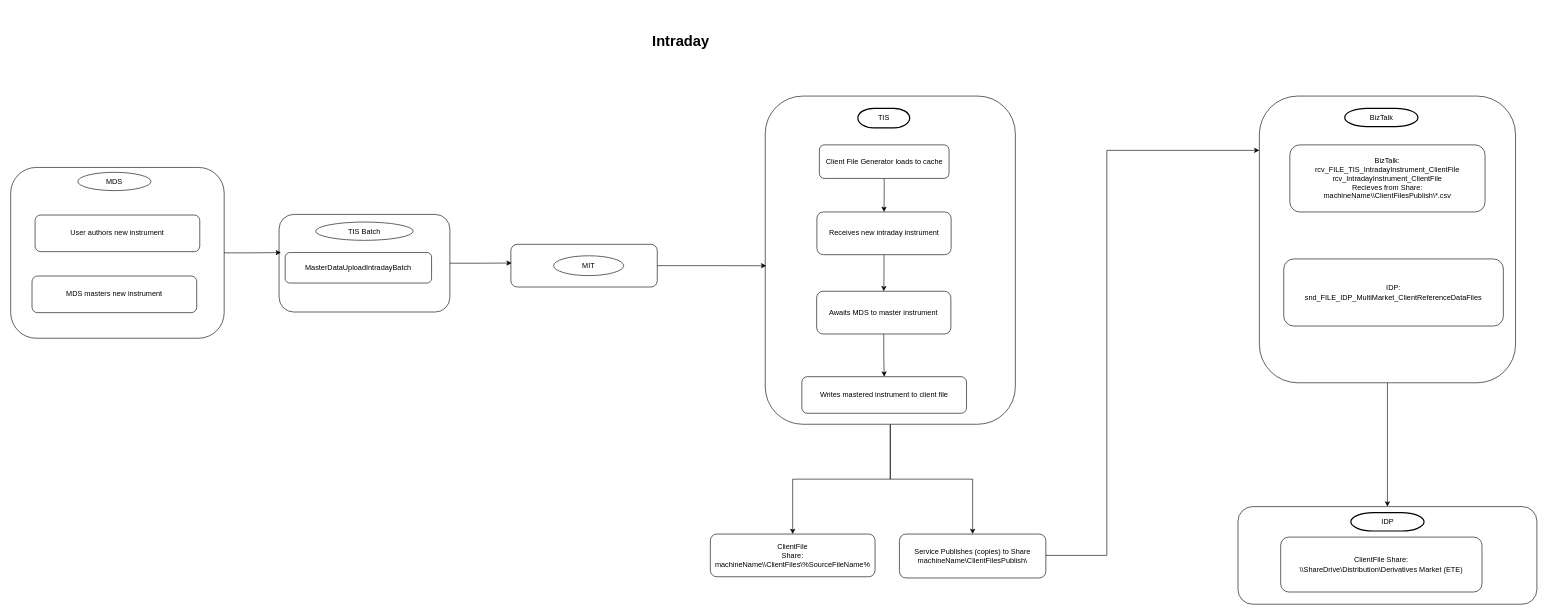
Above: page "Intraday MDS" (5 of 5) of ClientFiles.drawio in ByMadiba/Sandbox (draw.io), before the change. Source tidied: cells renumbered, new cells numbered last; positions are measured from the earlier drawing's top-left corner, leaving out a move shared by most shapes. Both pictures are drawn from the tidied source at 61%, with x=0, y=0 at pixel (10, 29).
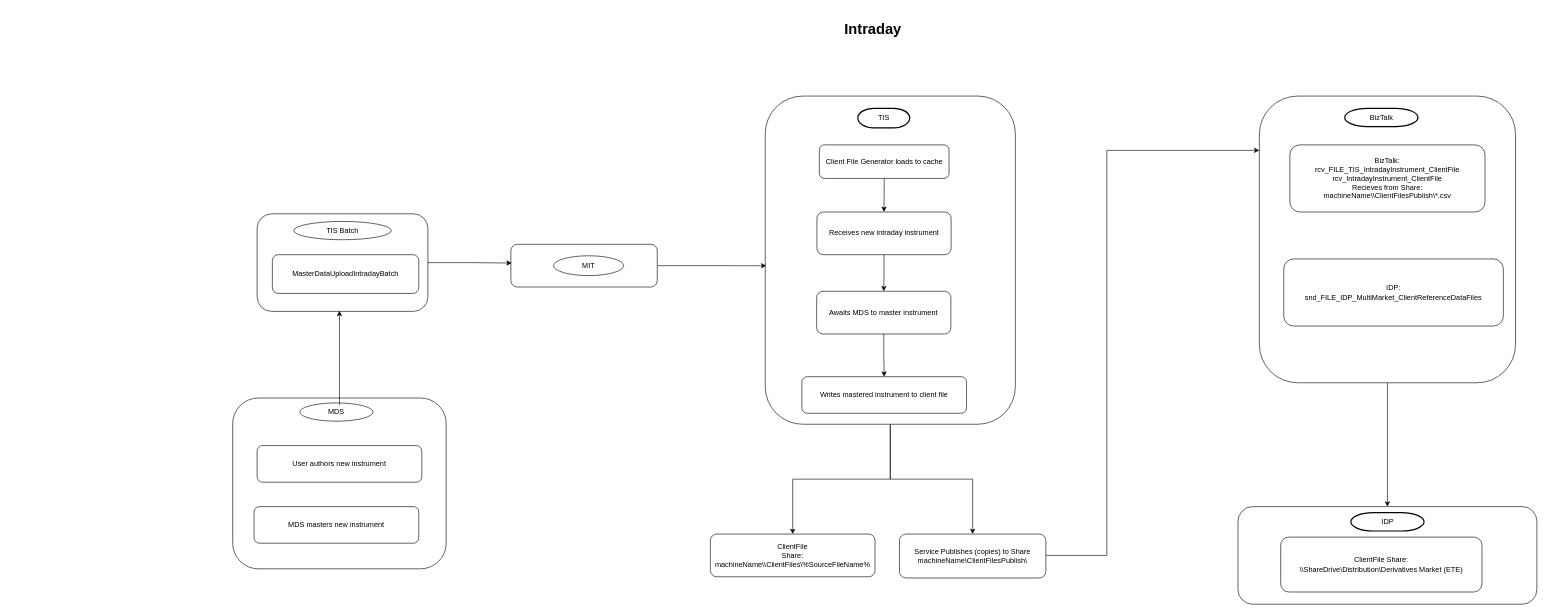
The same diagram, later.

Diff of the diagram source:
```diff
@@
     <mxCell id="24" value="&lt;h1&gt;Intraday&lt;/h1&gt;" style="text;html=1;spacing=5;spacingTop=-20;whiteSpace=wrap;overflow=hidden;rounded=0;" parent="1" vertex="1">
-      <mxGeometry x="1047" width="110" height="40" as="geometry" />
+      <mxGeometry x="1362" y="-20" width="110" height="40" as="geometry" />
     </mxCell>
     <mxCell id="25" style="rounded=1;whiteSpace=wrap;html=1;" parent="1" vertex="1">
-      <mxGeometry y="227" width="350" height="280" as="geometry" />
+      <mxGeometry x="364" y="605" width="350" height="280" as="geometry" />
     </mxCell>
     <mxCell id="26" value="MDS" style="ellipse;whiteSpace=wrap;html=1;" parent="1" vertex="1">
-      <mxGeometry x="110" y="235" width="120" height="30" as="geometry" />
+      <mxGeometry x="474" y="613" width="120" height="30" as="geometry" />
     </mxCell>
     <mxCell id="27" value="User authors new instrument" style="rounded=1;whiteSpace=wrap;html=1;" parent="1" vertex="1">
-      <mxGeometry x="40" y="305" width="270" height="60" as="geometry" />
+      <mxGeometry x="404" y="683" width="270" height="60" as="geometry" />
     </mxCell>
     <mxCell id="28" value="MDS masters new instrument" style="rounded=1;whiteSpace=wrap;html=1;" parent="1" vertex="1">
-      <mxGeometry x="35" y="405" width="270" height="60" as="geometry" />
+      <mxGeometry x="399" y="783" width="270" height="60" as="geometry" />
     </mxCell>
     <mxCell id="29" style="rounded=1;whiteSpace=wrap;html=1;" parent="1" vertex="1">
-      <mxGeometry x="440" y="304" width="280" height="160" as="geometry" />
+      <mxGeometry x="404" y="303" width="280" height="160" as="geometry" />
     </mxCell>
     <mxCell id="30" value="TIS Batch" style="ellipse;whiteSpace=wrap;html=1;" parent="1" vertex="1">
-      <mxGeometry x="500" y="316.5" width="160" height="30" as="geometry" />
+      <mxGeometry x="464" y="315.5" width="160" height="30" as="geometry" />
     </mxCell>
     <mxCell id="31" value="MasterDataUploadIntradayBatch" style="rounded=1;whiteSpace=wrap;html=1;" parent="1" vertex="1">
-      <mxGeometry x="450" y="366.5" width="240" height="50" as="geometry" />
+      <mxGeometry x="429" y="370" width="240" height="63.5" as="geometry" />
     </mxCell>
@@
-    <mxCell id="34" style="edgeStyle=orthogonalEdgeStyle;rounded=0;jettySize=auto;html=1;entryX=0.011;entryY=0.391;entryDx=0;entryDy=0;entryPerimeter=0;" parent="1" edge="1" source="25" target="29">
-      <mxGeometry relative="1" as="geometry" />
-    </mxCell>
@@
+    <mxCell id="37" style="edgeStyle=orthogonalEdgeStyle;rounded=0;orthogonalLoop=1;jettySize=auto;html=1;entryX=0.482;entryY=0.919;entryDx=0;entryDy=0;entryPerimeter=0;" parent="1" edge="1">
+      <mxGeometry relative="1" as="geometry">
+        <mxPoint x="539" y="617" as="sourcePoint" />
+        <mxPoint x="539" y="462" as="targetPoint" />
+      </mxGeometry>
+    </mxCell>
```
